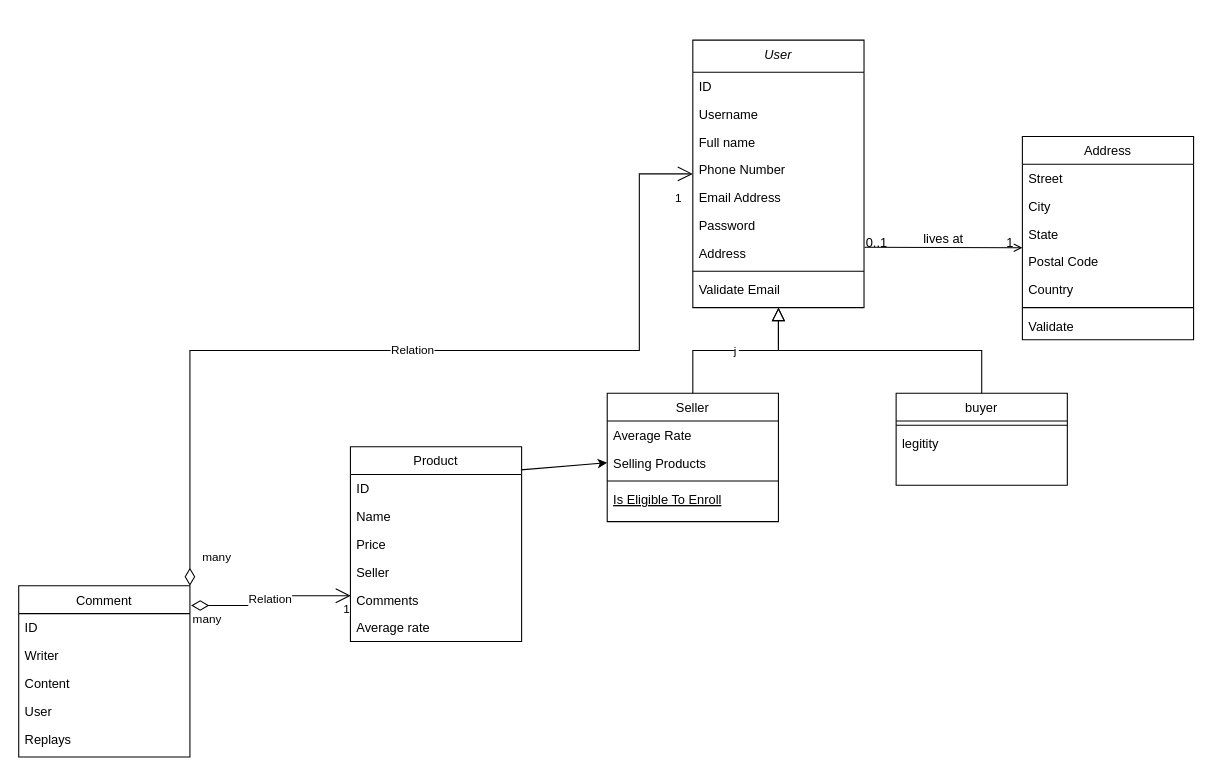
Earlier version of the draw.io diagram eCommers Market scheme.drawio (demetrebadzaradze/eCommerce). Source tidied: cells renumbered, new cells numbered last; positions are measured from the earlier drawing's top-left corner, leaving out a move shared by most shapes. Both pictures are drawn from the tidied source at 107%, with x=0, y=0 at pixel (18, 40).
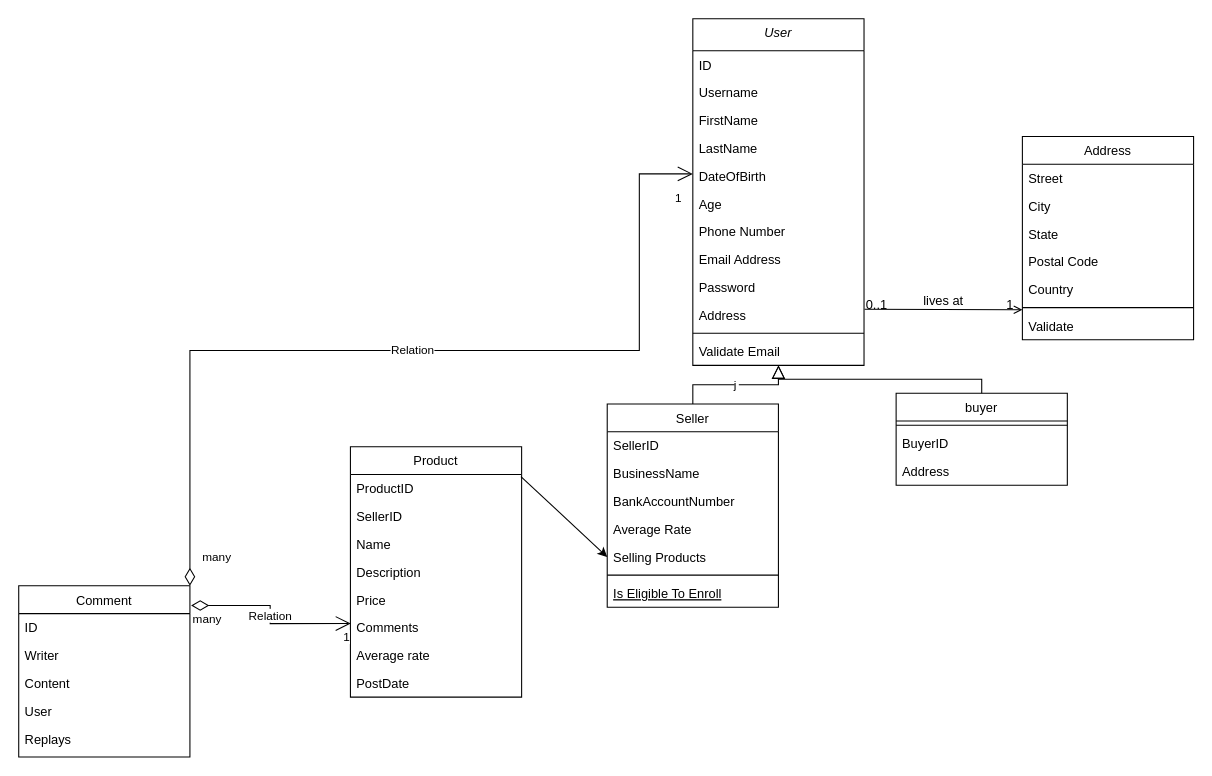
The same diagram, later.

Unchanged cells that the change refers to:
```xml
<mxCell id="18" value="buyer" style="swimlane;fontStyle=0;align=center;verticalAlign=top;horizontal=1;startSize=26;rounded=0;shadow=0;strokeWidth=1;" parent="1" vertex="1">
  <mxGeometry x="820" y="330" width="160" height="86" as="geometry" />
</mxCell>
```

Diff of the diagram source:
```diff
@@
     <mxCell id="2" value="User" style="swimlane;fontStyle=2;align=center;verticalAlign=top;horizontal=1;startSize=30;rounded=0;shadow=0;strokeWidth=1;" parent="1" vertex="1">
-      <mxGeometry x="630" width="160" height="250" as="geometry" />
+      <mxGeometry x="630" y="-20" width="160" height="324" as="geometry" />
     </mxCell>
@@
-    <mxCell id="5" value="Full name" style="text;align=left;verticalAlign=top;spacingLeft=4;spacingRight=4;overflow=hidden;" parent="2" vertex="1">
+    <mxCell id="5" value="FirstName" style="text;align=left;verticalAlign=top;spacingLeft=4;spacingRight=4;overflow=hidden;" parent="2" vertex="1">
       <mxGeometry y="82" width="160" height="26" as="geometry" />
     </mxCell>
+    <mxCell id="54" value="LastName" style="text;align=left;verticalAlign=top;spacingLeft=4;spacingRight=4;overflow=hidden;" parent="2" vertex="1">
+      <mxGeometry y="108" width="160" height="26" as="geometry" />
+    </mxCell>
+    <mxCell id="55" value="DateOfBirth " style="text;align=left;verticalAlign=top;spacingLeft=4;spacingRight=4;overflow=hidden;" parent="2" vertex="1">
+      <mxGeometry y="134" width="160" height="26" as="geometry" />
+    </mxCell>
+    <mxCell id="56" value="Age" style="text;align=left;verticalAlign=top;spacingLeft=4;spacingRight=4;overflow=hidden;" parent="2" vertex="1">
+      <mxGeometry y="160" width="160" height="26" as="geometry" />
+    </mxCell>
     <mxCell id="6" value="Phone Number" style="text;align=left;verticalAlign=top;spacingLeft=4;spacingRight=4;overflow=hidden;rounded=0;shadow=0;html=0;" parent="2" vertex="1">
-      <mxGeometry y="108" width="160" height="26" as="geometry" />
+      <mxGeometry y="186" width="160" height="26" as="geometry" />
     </mxCell>
     <mxCell id="7" value="Email Address" style="text;align=left;verticalAlign=top;spacingLeft=4;spacingRight=4;overflow=hidden;rounded=0;shadow=0;html=0;" parent="2" vertex="1">
-      <mxGeometry y="134" width="160" height="26" as="geometry" />
+      <mxGeometry y="212" width="160" height="26" as="geometry" />
     </mxCell>
     <mxCell id="8" value="Password" style="text;align=left;verticalAlign=top;spacingLeft=4;spacingRight=4;overflow=hidden;rounded=0;shadow=0;html=0;" parent="2" vertex="1">
-      <mxGeometry y="160" width="160" height="26" as="geometry" />
+      <mxGeometry y="238" width="160" height="26" as="geometry" />
     </mxCell>
     <mxCell id="9" value="Address" style="text;align=left;verticalAlign=top;spacingLeft=4;spacingRight=4;overflow=hidden;points=[[0,0.5],[1,0.5]];portConstraint=eastwest;rounded=0;shadow=0;html=0;" parent="2" vertex="1">
-      <mxGeometry y="186" width="160" height="26" as="geometry" />
+      <mxGeometry y="264" width="160" height="26" as="geometry" />
     </mxCell>
     <mxCell id="10" style="line;html=1;strokeWidth=1;align=left;verticalAlign=middle;spacingTop=-1;spacingLeft=3;spacingRight=3;labelPosition=right;" parent="2" vertex="1">
-      <mxGeometry y="212" width="160" height="8" as="geometry" />
+      <mxGeometry y="290" width="160" height="8" as="geometry" />
     </mxCell>
     <mxCell id="11" value="Validate Email" style="text;align=left;verticalAlign=top;spacingLeft=4;spacingRight=4;overflow=hidden;rounded=0;shadow=0;html=0;" parent="2" vertex="1">
-      <mxGeometry y="220" width="160" height="26" as="geometry" />
+      <mxGeometry y="298" width="160" height="26" as="geometry" />
     </mxCell>
     <mxCell id="12" value="Seller" style="swimlane;fontStyle=0;align=center;verticalAlign=top;horizontal=1;startSize=26;rounded=0;shadow=0;strokeWidth=1;" parent="1" vertex="1">
-      <mxGeometry x="550" y="330" width="160" height="120" as="geometry" />
+      <mxGeometry x="550" y="340" width="160" height="190" as="geometry" />
     </mxCell>
+    <mxCell id="57" value="SellerID" style="text;align=left;verticalAlign=top;spacingLeft=4;spacingRight=4;overflow=hidden;rounded=0;shadow=0;html=0;" parent="12" vertex="1">
+      <mxGeometry y="26" width="160" height="26" as="geometry" />
+    </mxCell>
+    <mxCell id="58" value="BusinessName" style="text;align=left;verticalAlign=top;spacingLeft=4;spacingRight=4;overflow=hidden;rounded=0;shadow=0;html=0;" parent="12" vertex="1">
+      <mxGeometry y="52" width="160" height="26" as="geometry" />
+    </mxCell>
+    <mxCell id="59" value="BankAccountNumber" style="text;align=left;verticalAlign=top;spacingLeft=4;spacingRight=4;overflow=hidden;rounded=0;shadow=0;html=0;" parent="12" vertex="1">
+      <mxGeometry y="78" width="160" height="26" as="geometry" />
+    </mxCell>
     <mxCell id="13" value="Average Rate" style="text;align=left;verticalAlign=top;spacingLeft=4;spacingRight=4;overflow=hidden;" parent="12" vertex="1">
-      <mxGeometry y="26" width="160" height="26" as="geometry" />
+      <mxGeometry y="104" width="160" height="26" as="geometry" />
     </mxCell>
     <mxCell id="14" value="Selling Products" style="text;align=left;verticalAlign=top;spacingLeft=4;spacingRight=4;overflow=hidden;points=[[0,0.5],[1,0.5]];portConstraint=eastwest;rounded=0;shadow=0;html=0;" parent="12" vertex="1">
-      <mxGeometry y="52" width="160" height="26" as="geometry" />
+      <mxGeometry y="130" width="160" height="26" as="geometry" />
     </mxCell>
     <mxCell id="15" style="line;html=1;strokeWidth=1;align=left;verticalAlign=middle;spacingTop=-1;spacingLeft=3;spacingRight=3;labelPosition=right;" parent="12" vertex="1">
-      <mxGeometry y="78" width="160" height="8" as="geometry" />
+      <mxGeometry y="156" width="160" height="8" as="geometry" />
     </mxCell>
     <mxCell id="16" value="Is Eligible To Enroll" style="text;align=left;verticalAlign=top;spacingLeft=4;spacingRight=4;overflow=hidden;fontStyle=4;" parent="12" vertex="1">
-      <mxGeometry y="86" width="160" height="26" as="geometry" />
+      <mxGeometry y="164" width="160" height="26" as="geometry" />
     </mxCell>
@@
-    <mxCell id="20" value="legitity" style="text;align=left;verticalAlign=top;spacingLeft=4;spacingRight=4;overflow=hidden;" parent="18" vertex="1">
+    <mxCell id="20" value="BuyerID" style="text;align=left;verticalAlign=top;spacingLeft=4;spacingRight=4;overflow=hidden;" parent="18" vertex="1">
       <mxGeometry y="34" width="160" height="26" as="geometry" />
     </mxCell>
+    <mxCell id="60" value="Address" style="text;align=left;verticalAlign=top;spacingLeft=4;spacingRight=4;overflow=hidden;" parent="18" vertex="1">
+      <mxGeometry y="60" width="160" height="26" as="geometry" />
+    </mxCell>
@@
     <mxCell id="34" value="Product" style="swimlane;fontStyle=0;align=center;verticalAlign=top;horizontal=1;startSize=26;rounded=0;shadow=0;strokeWidth=1;" parent="1" vertex="1">
-      <mxGeometry x="310" y="380" width="160" height="182" as="geometry" />
+      <mxGeometry x="310" y="380" width="160" height="234" as="geometry" />
     </mxCell>
-    <mxCell id="35" value="ID" style="text;align=left;verticalAlign=top;spacingLeft=4;spacingRight=4;overflow=hidden;" parent="34" vertex="1">
+    <mxCell id="35" value="ProductID" style="text;align=left;verticalAlign=top;spacingLeft=4;spacingRight=4;overflow=hidden;" parent="34" vertex="1">
       <mxGeometry y="26" width="160" height="26" as="geometry" />
     </mxCell>
+    <mxCell id="61" value="SellerID" style="text;align=left;verticalAlign=top;spacingLeft=4;spacingRight=4;overflow=hidden;" parent="34" vertex="1">
+      <mxGeometry y="52" width="160" height="26" as="geometry" />
+    </mxCell>
     <mxCell id="36" value="Name" style="text;align=left;verticalAlign=top;spacingLeft=4;spacingRight=4;overflow=hidden;" parent="34" vertex="1">
-      <mxGeometry y="52" width="160" height="26" as="geometry" />
+      <mxGeometry y="78" width="160" height="26" as="geometry" />
     </mxCell>
+    <mxCell id="62" value="Description" style="text;align=left;verticalAlign=top;spacingLeft=4;spacingRight=4;overflow=hidden;" parent="34" vertex="1">
+      <mxGeometry y="104" width="160" height="26" as="geometry" />
+    </mxCell>
     <mxCell id="37" value="Price" style="text;align=left;verticalAlign=top;spacingLeft=4;spacingRight=4;overflow=hidden;rounded=0;shadow=0;html=0;" parent="34" vertex="1">
-      <mxGeometry y="78" width="160" height="26" as="geometry" />
+      <mxGeometry y="130" width="160" height="26" as="geometry" />
     </mxCell>
-    <mxCell id="38" value="Seller" style="text;align=left;verticalAlign=top;spacingLeft=4;spacingRight=4;overflow=hidden;rounded=0;shadow=0;html=0;" parent="34" vertex="1">
-      <mxGeometry y="104" width="160" height="26" as="geometry" />
-    </mxCell>
     <mxCell id="39" value="Comments" style="text;align=left;verticalAlign=top;spacingLeft=4;spacingRight=4;overflow=hidden;points=[[0,0.5],[1,0.5]];portConstraint=eastwest;rounded=0;shadow=0;html=0;" parent="34" vertex="1">
-      <mxGeometry y="130" width="160" height="26" as="geometry" />
+      <mxGeometry y="156" width="160" height="26" as="geometry" />
     </mxCell>
     <mxCell id="40" value="Average rate" style="text;align=left;verticalAlign=top;spacingLeft=4;spacingRight=4;overflow=hidden;rounded=0;shadow=0;html=0;" parent="34" vertex="1">
-      <mxGeometry y="156" width="160" height="26" as="geometry" />
+      <mxGeometry y="182" width="160" height="26" as="geometry" />
     </mxCell>
+    <mxCell id="63" value="PostDate" style="text;align=left;verticalAlign=top;spacingLeft=4;spacingRight=4;overflow=hidden;rounded=0;shadow=0;html=0;" parent="34" vertex="1">
+      <mxGeometry y="208" width="160" height="26" as="geometry" />
+    </mxCell>
```
